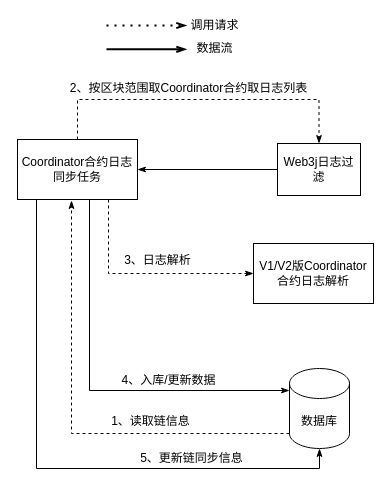
Before: page "Coordinator合约数据同步" (5 of 7) of VRF-architecture.drawio in trevorch/drawio, a draw.io diagram. Source tidied: cells renumbered, new cells numbered last; positions are measured from the earlier drawing's top-left corner, leaving out a move shared by most shapes. Both pictures are drawn from the tidied source at 100%, with x=0, y=0 at pixel (17, 25).
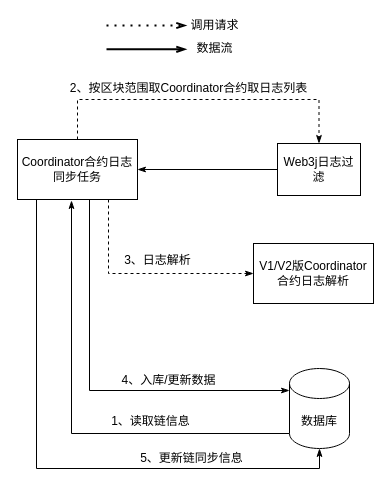
The same page after the edit.

The change refers to these unchanged cells:
```xml
<mxCell id="9" value="数据库" style="shape=cylinder3;whiteSpace=wrap;html=1;boundedLbl=1;backgroundOutline=1;size=15;fontSize=12;" parent="1" vertex="1">
  <mxGeometry x="272" y="343" width="60" height="80" as="geometry" />
</mxCell>
<mxCell id="20" value="Coordinator合约日志同步任务" style="rounded=0;whiteSpace=wrap;html=1;fontSize=12;" parent="1" vertex="1">
  <mxGeometry y="114" width="120" height="60" as="geometry" />
</mxCell>
```

The edit, as a diff of the source:
```diff
@@
-    <mxCell id="6" style="edgeStyle=orthogonalEdgeStyle;rounded=0;jettySize=auto;html=1;entryX=0.45;entryY=1.017;entryDx=0;entryDy=0;entryPerimeter=0;dashed=1;fontSize=12;startArrow=none;startFill=0;endArrow=classicThin;endFill=1;exitX=0;exitY=1;exitDx=0;exitDy=-15;exitPerimeter=0;" parent="1" edge="1" source="9" target="20">
+    <mxCell id="6" style="edgeStyle=orthogonalEdgeStyle;rounded=0;jettySize=auto;html=1;entryX=0.45;entryY=1.017;entryDx=0;entryDy=0;entryPerimeter=0;fontSize=12;startArrow=none;startFill=0;endArrow=classicThin;endFill=1;exitX=0;exitY=1;exitDx=0;exitDy=-15;exitPerimeter=0;" parent="1" edge="1" source="9" target="20">
       <mxGeometry relative="1" as="geometry" />
     </mxCell>
```
